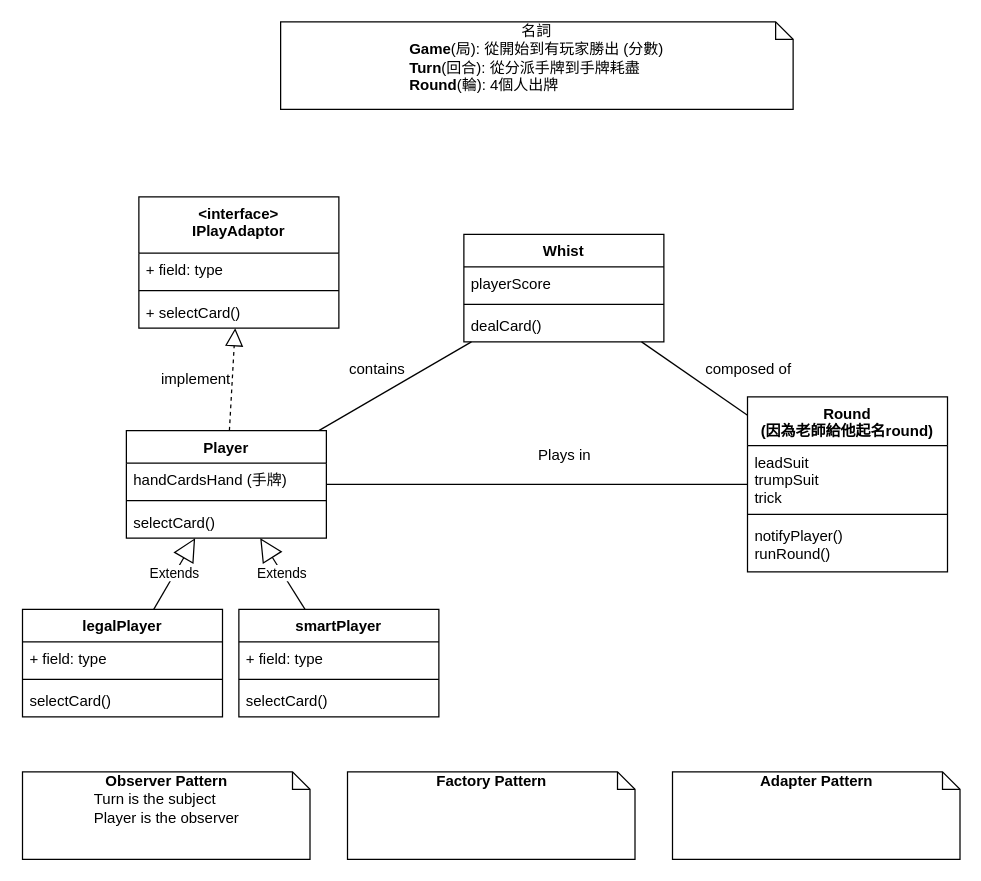
The draw.io diagram SWEN30006 Whist Design Model.drawio in vincent-haoy/swen-ass2, before the edit. Source tidied: cells renumbered, new cells numbered last; positions are measured from the earlier drawing's top-left corner, leaving out a move shared by most shapes. Both pictures are drawn from the tidied source at 125%, with x=0, y=0 at pixel (21, 21).
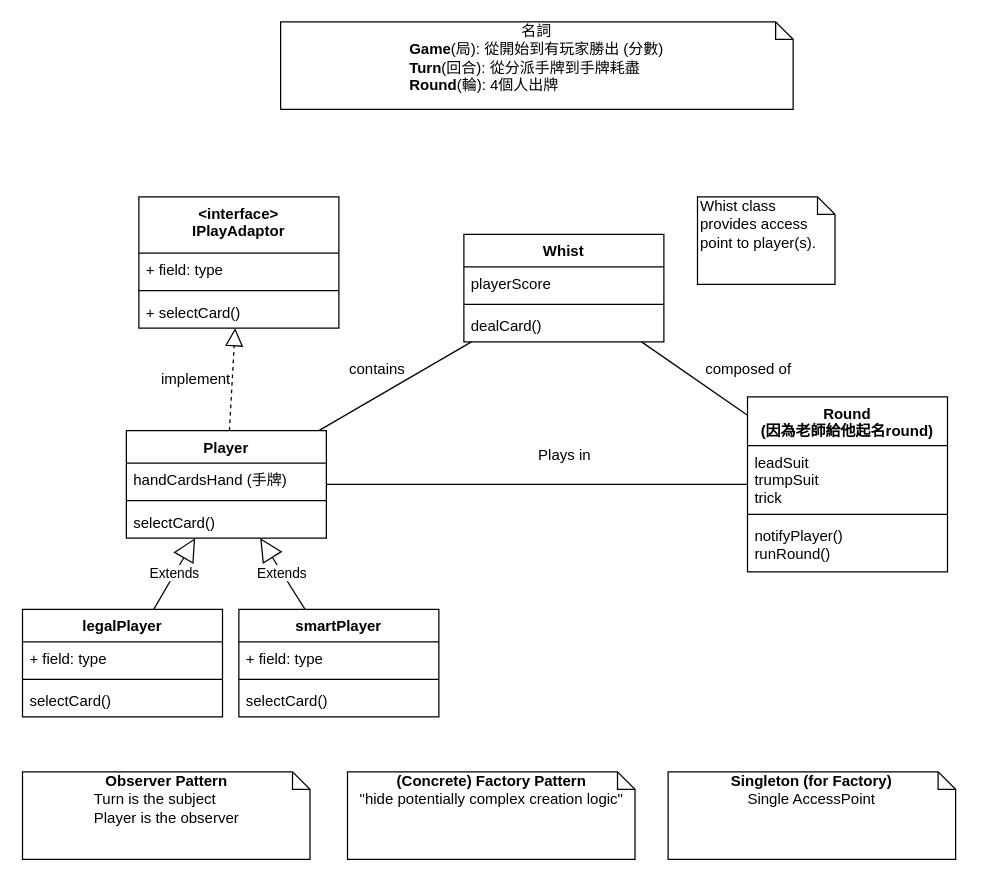
After the change.

Change to the diagram source:
```diff
@@
-    <mxCell id="38" value="&lt;b&gt;Adapter Pattern&lt;/b&gt;" style="shape=note;whiteSpace=wrap;html=1;size=14;verticalAlign=top;align=center;spacingTop=-6;" parent="1" vertex="1">
-      <mxGeometry x="520.5" y="600" width="230" height="70" as="geometry" />
-    </mxCell>
-    <mxCell id="39" value="&lt;b&gt;Factory Pattern&lt;/b&gt;" style="shape=note;whiteSpace=wrap;html=1;size=14;verticalAlign=top;align=center;spacingTop=-6;" parent="1" vertex="1">
+    <mxCell id="39" value="&lt;b&gt;(Concrete) Factory Pattern&lt;/b&gt;&lt;br&gt;&quot;hide potentially complex creation logic&quot;" style="shape=note;whiteSpace=wrap;html=1;size=14;verticalAlign=top;align=center;spacingTop=-6;" parent="1" vertex="1">
       <mxGeometry x="260.5" y="600" width="230" height="70" as="geometry" />
     </mxCell>
+    <mxCell id="40" value="&lt;b&gt;Singleton (for Factory)&lt;/b&gt;&lt;br&gt;Single AccessPoint" style="shape=note;whiteSpace=wrap;html=1;size=14;verticalAlign=top;align=center;spacingTop=-6;" parent="1" vertex="1">
+      <mxGeometry x="517" y="600" width="230" height="70" as="geometry" />
+    </mxCell>
+    <mxCell id="41" value="Whist class provides access point to player(s)." style="shape=note;whiteSpace=wrap;html=1;size=14;verticalAlign=top;align=left;spacingTop=-6;" parent="1" vertex="1">
+      <mxGeometry x="540.5" y="140" width="110" height="70" as="geometry" />
+    </mxCell>
```
